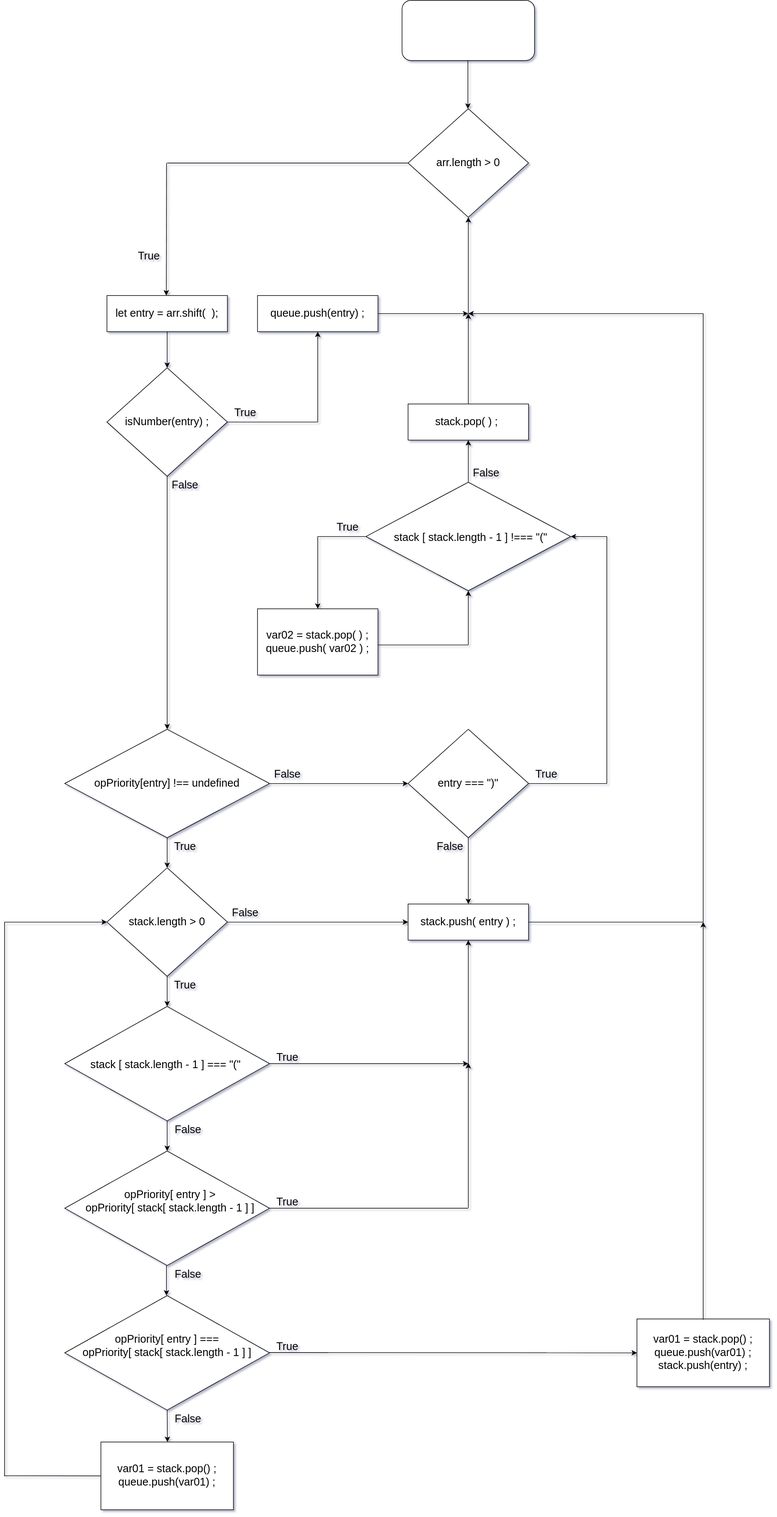
Earlier version of the draw.io export Untitled Diagram.drawio.svg (jcgm3205/jcgm3205). Source tidied: cells renumbered, new cells last; positions are measured from the earlier drawing's top-left corner, leaving out a move shared by most shapes.
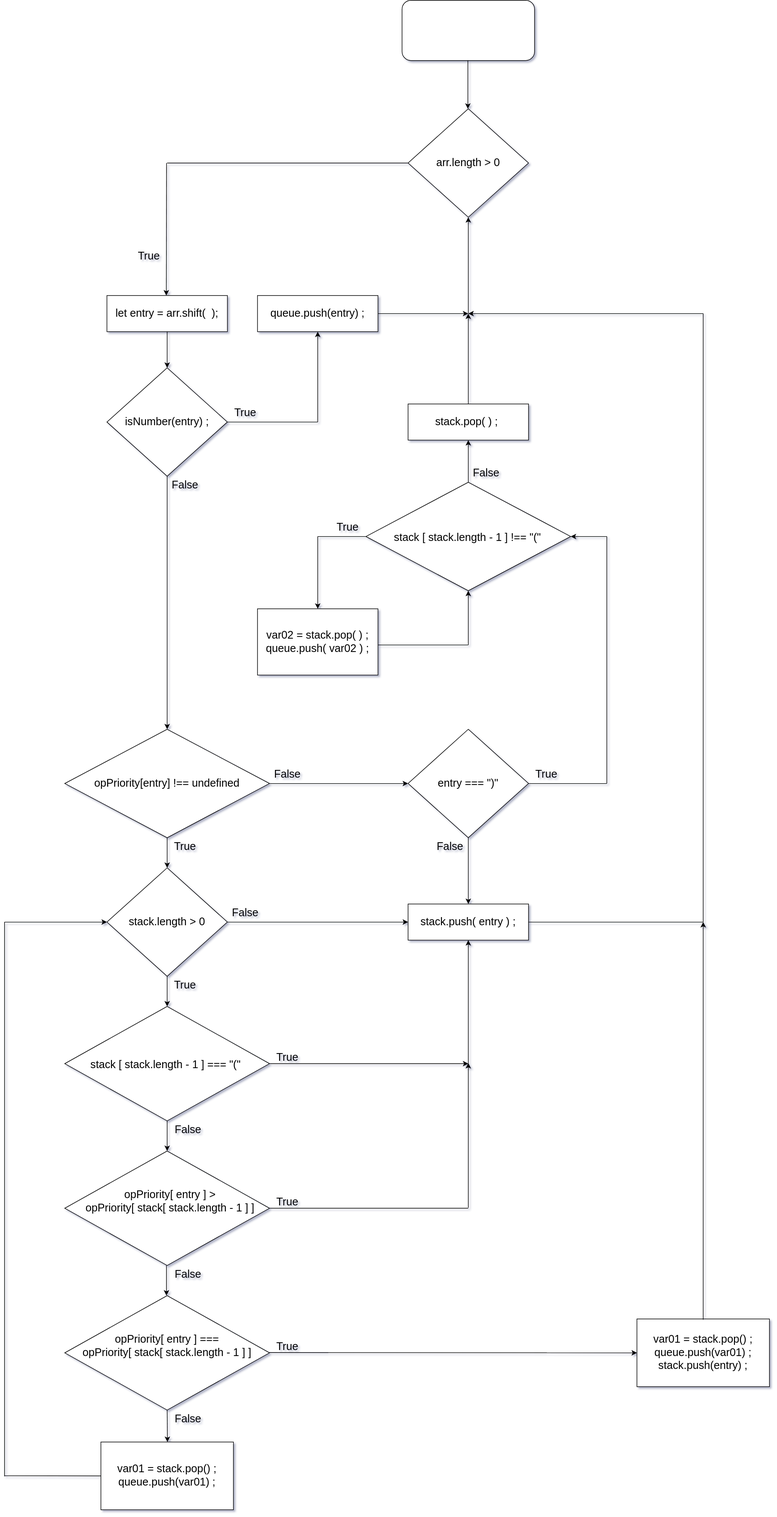
The same diagram one commit later.

What changed in the source:
```diff
@@ -80,7 +80,7 @@
     <mxCell id="23" style="rhombus;whiteSpace=wrap;html=1;fontSize=14;" parent="1" vertex="1">
       <mxGeometry x="600" y="800" width="340" height="180" as="geometry" />
     </mxCell>
-    <mxCell id="24" value="stack [ stack.length - 1 ] !=== &quot;(&quot;" style="text;whiteSpace=wrap;html=1;fontSize=18;" parent="1" vertex="1">
+    <mxCell id="24" value="stack [ stack.length - 1 ] !== &quot;(&quot;" style="text;whiteSpace=wrap;html=1;fontSize=18;" parent="1" vertex="1">
       <mxGeometry x="645" y="875" width="270" height="40" as="geometry" />
     </mxCell>
     <mxCell id="25" style="endArrow=classic;html=1;rounded=0;fontSize=18;exitX=0.5;exitY=0;exitDx=0;exitDy=0;entryX=0.5;entryY=1;entryDx=0;entryDy=0;" parent="1" edge="1" source="23" target="26">
```
